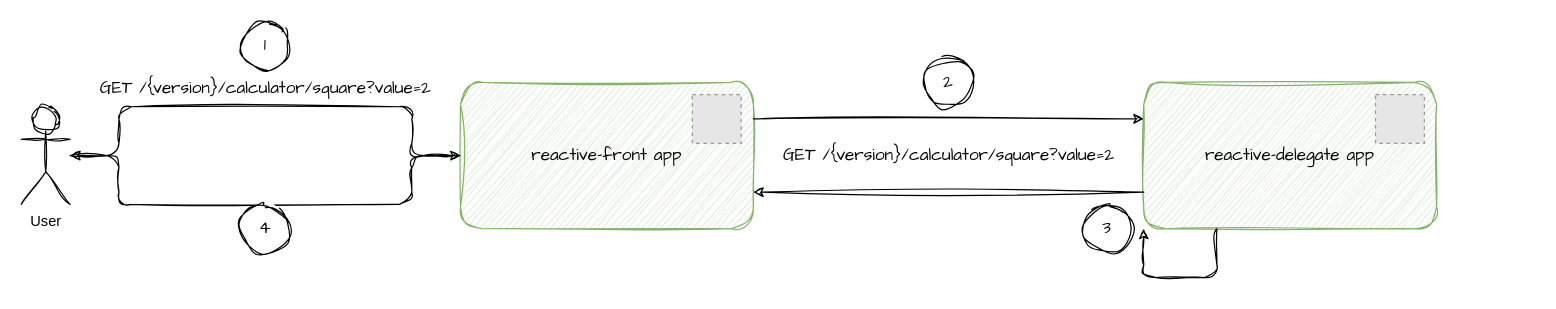
This is docs/diagrams.drawio from ygiros/micrometer-tracing-reactor, a draw.io file, before an edit. Source tidied: cells renumbered, new cells numbered last; positions are measured from the earlier drawing's top-left corner, leaving out a move shared by most shapes. Both pictures are drawn from the tidied source at 122%, with x=0, y=0 at pixel (21, 21). Pictures stored in the file or linked from it are replaced by grey dashed boxes.
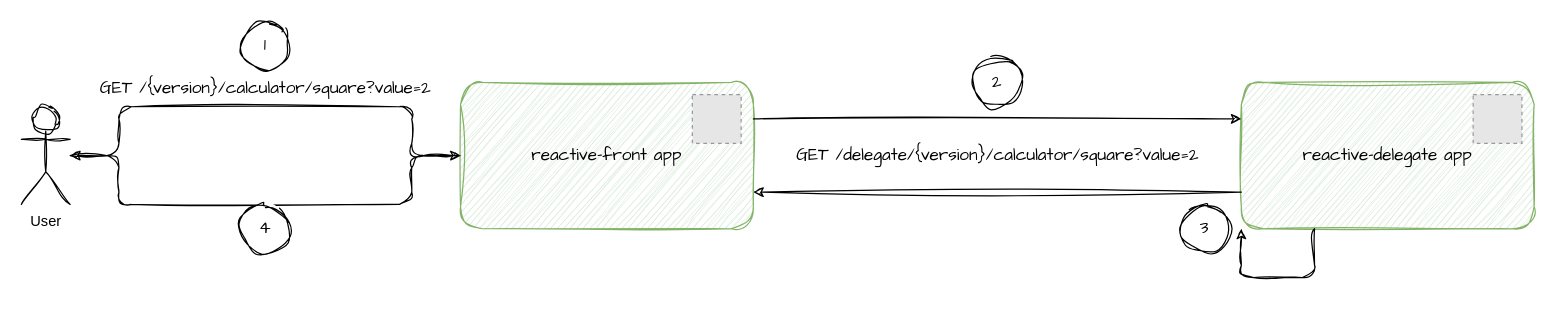
After the change.

What changed in the source:
```diff
@@
     <mxCell id="2" style="group;" parent="1" vertex="1">
-      <mxGeometry x="920" y="50" width="240" height="120" as="geometry" />
+      <mxGeometry x="1000" y="50" width="240" height="120" as="geometry" />
     </mxCell>
@@
-    <mxCell id="13" value="GET /{version}/calculator/square?value=2" style="text;html=1;align=center;verticalAlign=middle;strokeColor=none;fillColor=none;fontFamily=Comic Sans MS;fontSize=14;fontColor=default;labelBackgroundColor=default;" parent="1" vertex="1">
-      <mxGeometry x="610" y="95" width="300" height="30" as="geometry" />
+    <mxCell id="13" value="GET /delegate/{version}/calculator/square?value=2" style="text;html=1;align=center;verticalAlign=middle;strokeColor=none;fillColor=none;fontFamily=Comic Sans MS;fontSize=14;fontColor=default;labelBackgroundColor=default;" parent="1" vertex="1">
+      <mxGeometry x="620" y="95" width="360" height="30" as="geometry" />
     </mxCell>
@@
     <mxCell id="17" value="2" style="ellipse;whiteSpace=wrap;html=1;fontFamily=Comic Sans MS;fontSize=14;fontColor=default;labelBackgroundColor=default;sketch=1;curveFitting=1;jiggle=2;" parent="1" vertex="1">
-      <mxGeometry x="740" y="30" width="40" height="40" as="geometry" />
+      <mxGeometry x="780" y="30" width="40" height="40" as="geometry" />
     </mxCell>
     <mxCell id="18" value="3" style="ellipse;whiteSpace=wrap;html=1;fontFamily=Comic Sans MS;fontSize=14;fontColor=default;labelBackgroundColor=default;sketch=1;curveFitting=1;jiggle=2;" parent="1" vertex="1">
-      <mxGeometry x="870" y="150" width="40" height="40" as="geometry" />
+      <mxGeometry x="950" y="150" width="40" height="40" as="geometry" />
     </mxCell>
```
